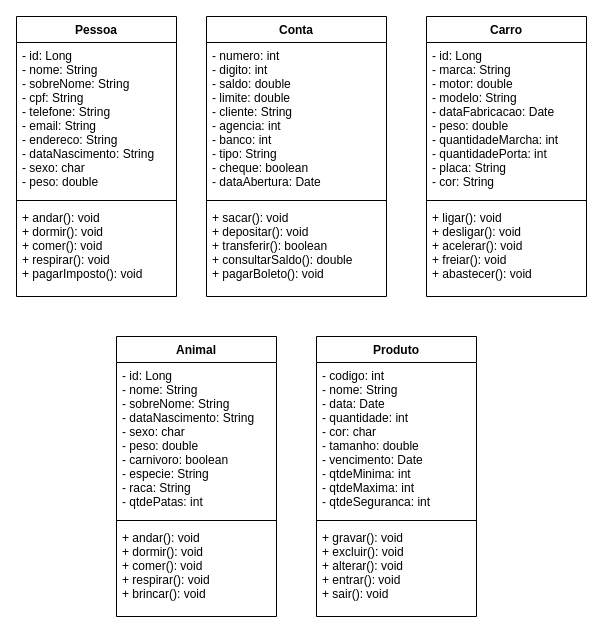
Earlier version of the draw.io diagram Fluxogramas/Classes.drawio (tharlysdias/ProgramacaoSolucoesComputacionais). Source tidied: cells renumbered, new cells numbered last; positions are measured from the earlier drawing's top-left corner, leaving out a move shared by most shapes. Both pictures are drawn from the tidied source at 100%, with x=0, y=0 at pixel (16, 16).
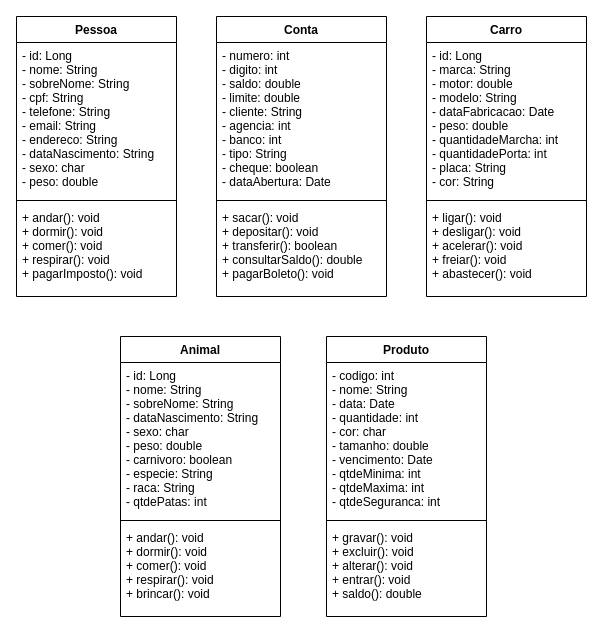
The same page after the edit.

Commit message:
Update class method product.drawio

Diff of the diagram source:
```diff
@@
     <mxCell id="6" value="Conta" style="swimlane;fontStyle=1;align=center;verticalAlign=top;horizontal=1;startSize=26;" parent="1" vertex="1">
-      <mxGeometry x="190" width="180" height="280" as="geometry" />
+      <mxGeometry x="200" width="170" height="280" as="geometry" />
     </mxCell>
     <mxCell id="7" value="- numero: int&#10;- digito: int&#10;- saldo: double&#10;- limite: double&#10;- cliente: String&#10;- agencia: int&#10;- banco: int&#10;- tipo: String&#10;- cheque: boolean&#10;- dataAbertura: Date" style="text;strokeColor=none;fillColor=none;align=left;verticalAlign=top;spacingLeft=4;spacingRight=4;overflow=hidden;" parent="6" vertex="1">
-      <mxGeometry y="26" width="180" height="154" as="geometry" />
+      <mxGeometry y="26" width="170" height="154" as="geometry" />
     </mxCell>
     <mxCell id="8" style="line;strokeWidth=1;fillColor=none;align=left;verticalAlign=middle;spacingTop=-1;spacingLeft=3;spacingRight=3;labelPosition=right;" parent="6" vertex="1">
-      <mxGeometry y="180" width="180" height="8" as="geometry" />
+      <mxGeometry y="180" width="170" height="8" as="geometry" />
     </mxCell>
     <mxCell id="9" value="+ sacar(): void&#10;+ depositar(): void&#10;+ transferir(): boolean&#10;+ consultarSaldo(): double&#10;+ pagarBoleto(): void" style="text;strokeColor=none;fillColor=none;align=left;verticalAlign=top;spacingLeft=4;spacingRight=4;overflow=hidden;" parent="6" vertex="1">
-      <mxGeometry y="188" width="180" height="92" as="geometry" />
+      <mxGeometry y="188" width="170" height="92" as="geometry" />
     </mxCell>
@@
     <mxCell id="14" value="Animal" style="swimlane;fontStyle=1;align=center;verticalAlign=top;horizontal=1;startSize=26;" parent="1" vertex="1">
-      <mxGeometry x="100" y="320" width="160" height="280" as="geometry" />
+      <mxGeometry x="104" y="320" width="160" height="280" as="geometry" />
     </mxCell>
@@
     <mxCell id="18" value="Produto" style="swimlane;fontStyle=1;align=center;verticalAlign=top;horizontal=1;startSize=26;" parent="1" vertex="1">
-      <mxGeometry x="300" y="320" width="160" height="280" as="geometry" />
+      <mxGeometry x="310" y="320" width="160" height="280" as="geometry" />
     </mxCell>
@@
-    <mxCell id="21" value="+ gravar(): void&#10;+ excluir(): void&#10;+ alterar(): void&#10;+ entrar(): void&#10;+ sair(): void" style="text;strokeColor=none;fillColor=none;align=left;verticalAlign=top;spacingLeft=4;spacingRight=4;overflow=hidden;" parent="18" vertex="1">
+    <mxCell id="21" value="+ gravar(): void&#10;+ excluir(): void&#10;+ alterar(): void&#10;+ entrar(): void&#10;+ saldo(): double" style="text;strokeColor=none;fillColor=none;align=left;verticalAlign=top;spacingLeft=4;spacingRight=4;overflow=hidden;" parent="18" vertex="1">
       <mxGeometry y="188" width="160" height="92" as="geometry" />
     </mxCell>
```
